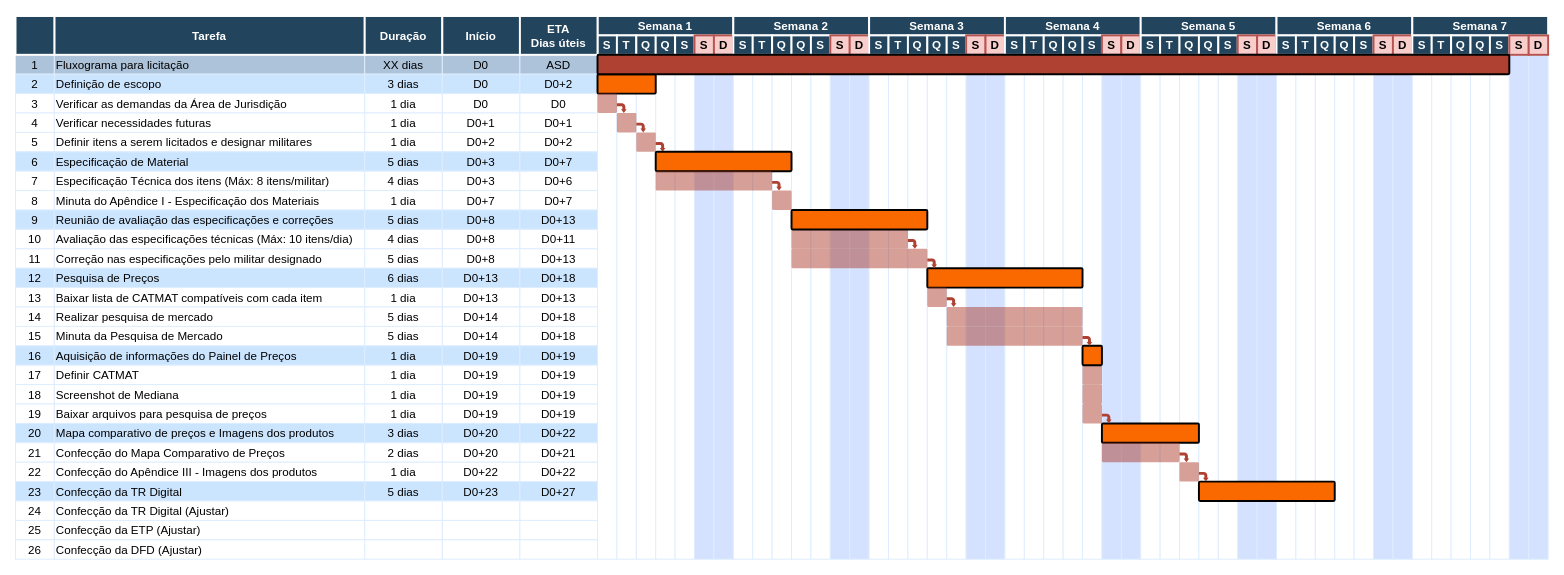
This is Diagrama_Gant_Licitacao.drawio from Joaovictor-gf/draw.io, a draw.io file, before an edit. Source tidied: cells renumbered, new cells numbered last; positions are measured from the earlier drawing's top-left corner, leaving out a move shared by most shapes. Both pictures are drawn from the tidied source at 97%, with x=0, y=0 at pixel (15, 16).
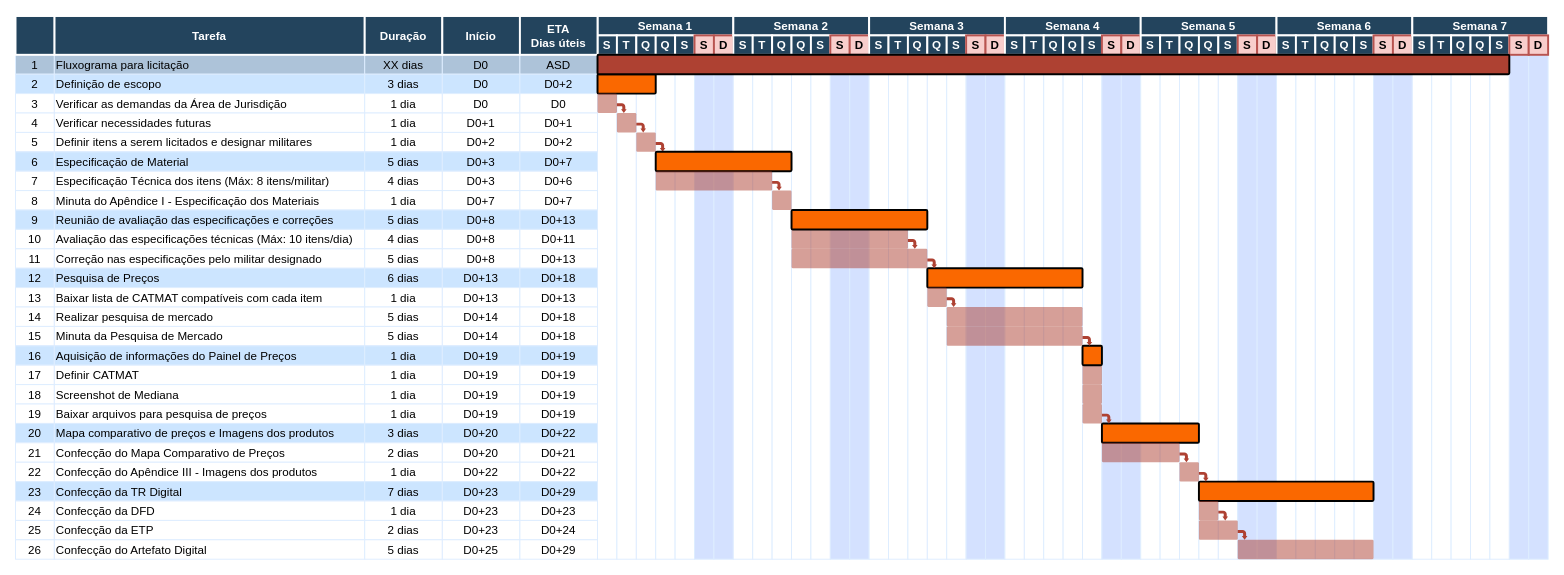
Above is the later version.

Change to the diagram source:
```diff
@@
-    <mxCell id="115" value="5 dias" style="strokeColor=#DEEDFF;fillColor=#CCE5FF;" parent="1" vertex="1">
+    <mxCell id="115" value="7 dias" style="strokeColor=#DEEDFF;fillColor=#CCE5FF;" parent="1" vertex="1">
       <mxGeometry x="360.5" y="480" width="80" height="20" as="geometry" />
     </mxCell>
@@
-    <mxCell id="117" value="D0+27" style="strokeColor=#DEEDFF;fillColor=#CCE5FF;" parent="1" vertex="1">
+    <mxCell id="117" value="D0+29" style="strokeColor=#DEEDFF;fillColor=#CCE5FF;" parent="1" vertex="1">
       <mxGeometry x="520.5" y="480" width="80" height="20" as="geometry" />
     </mxCell>
@@
-    <mxCell id="119" value="Confecção da TR Digital (Ajustar)" style="align=left;strokeColor=#DEEDFF;" parent="1" vertex="1">
+    <mxCell id="119" value="Confecção da DFD" style="align=left;strokeColor=#DEEDFF;" parent="1" vertex="1">
       <mxGeometry x="40.5" y="500" width="320" height="20" as="geometry" />
     </mxCell>
-    <mxCell id="120" style="strokeColor=#DEEDFF;" parent="1" vertex="1">
+    <mxCell id="120" value="1 dia" style="strokeColor=#DEEDFF;" parent="1" vertex="1">
       <mxGeometry x="360.5" y="500" width="80" height="20" as="geometry" />
     </mxCell>
-    <mxCell id="121" style="strokeColor=#DEEDFF;" parent="1" vertex="1">
+    <mxCell id="121" value="D0+23" style="strokeColor=#DEEDFF;" parent="1" vertex="1">
       <mxGeometry x="440.5" y="500" width="80" height="20" as="geometry" />
     </mxCell>
-    <mxCell id="122" style="strokeColor=#DEEDFF;" parent="1" vertex="1">
+    <mxCell id="122" value="D0+23" style="strokeColor=#DEEDFF;" parent="1" vertex="1">
       <mxGeometry x="520.5" y="500" width="80" height="20" as="geometry" />
     </mxCell>
@@
-    <mxCell id="124" value="Confecção da ETP (Ajustar)" style="align=left;strokeColor=#DEEDFF;" parent="1" vertex="1">
+    <mxCell id="124" value="Confecção da ETP" style="align=left;strokeColor=#DEEDFF;" parent="1" vertex="1">
       <mxGeometry x="40.5" y="520" width="320" height="20" as="geometry" />
     </mxCell>
-    <mxCell id="125" style="strokeColor=#DEEDFF;" parent="1" vertex="1">
+    <mxCell id="125" value="2 dias" style="strokeColor=#DEEDFF;" parent="1" vertex="1">
       <mxGeometry x="360.5" y="520" width="80" height="20" as="geometry" />
     </mxCell>
-    <mxCell id="126" style="strokeColor=#DEEDFF;" parent="1" vertex="1">
+    <mxCell id="126" value="D0+23" style="strokeColor=#DEEDFF;" parent="1" vertex="1">
       <mxGeometry x="440.5" y="520" width="80" height="20" as="geometry" />
     </mxCell>
-    <mxCell id="127" style="strokeColor=#DEEDFF;" parent="1" vertex="1">
+    <mxCell id="127" value="D0+24" style="strokeColor=#DEEDFF;" parent="1" vertex="1">
       <mxGeometry x="520.5" y="520" width="80" height="20" as="geometry" />
     </mxCell>
@@
-    <mxCell id="129" value="Confecção da DFD (Ajustar)" style="align=left;strokeColor=#DEEDFF;" parent="1" vertex="1">
+    <mxCell id="129" value="Confecção do Artefato Digital" style="align=left;strokeColor=#DEEDFF;" parent="1" vertex="1">
       <mxGeometry x="40.5" y="540" width="320" height="20" as="geometry" />
     </mxCell>
-    <mxCell id="130" style="strokeColor=#DEEDFF;" parent="1" vertex="1">
+    <mxCell id="130" value="5 dias" style="strokeColor=#DEEDFF;" parent="1" vertex="1">
       <mxGeometry x="360.5" y="540" width="80" height="20" as="geometry" />
     </mxCell>
-    <mxCell id="131" style="strokeColor=#DEEDFF;" parent="1" vertex="1">
+    <mxCell id="131" value="D0+25" style="strokeColor=#DEEDFF;" parent="1" vertex="1">
       <mxGeometry x="440.5" y="540" width="80" height="20" as="geometry" />
     </mxCell>
-    <mxCell id="132" style="strokeColor=#DEEDFF;" parent="1" vertex="1">
+    <mxCell id="132" value="D0+29" style="strokeColor=#DEEDFF;" parent="1" vertex="1">
       <mxGeometry x="520.5" y="540" width="80" height="20" as="geometry" />
     </mxCell>
@@
     <mxCell id="274" style="shape=mxgraph.flowchart.process;fillColor=#FA6800;strokeColor=default;strokeWidth=2;rotation=0;" parent="1" vertex="1">
-      <mxGeometry x="1220.5" y="480" width="140" height="20" as="geometry" />
+      <mxGeometry x="1220.5" y="480" width="180" height="20" as="geometry" />
     </mxCell>
@@
+    <mxCell id="276" style="shape=mxgraph.flowchart.process;fillColor=#AE4132;strokeColor=none;strokeWidth=2;opacity=50;rotation=0;" parent="1" vertex="1">
+      <mxGeometry x="1220.5" y="500" width="20" height="20" as="geometry" />
+    </mxCell>
+    <mxCell id="277" style="shape=mxgraph.flowchart.process;fillColor=#AE4132;strokeColor=none;strokeWidth=2;opacity=50;rotation=0;" parent="1" vertex="1">
+      <mxGeometry x="1220.5" y="520" width="40" height="20" as="geometry" />
+    </mxCell>
+    <mxCell id="278" style="shape=mxgraph.arrows.bent_right_arrow;fillColor=#AE4132;strokeColor=none;strokeWidth=2;direction=south;" parent="1" vertex="1">
+      <mxGeometry x="1240.5" y="510" width="10" height="10" as="geometry" />
+    </mxCell>
+    <mxCell id="279" style="shape=mxgraph.flowchart.process;fillColor=#AE4132;strokeColor=none;strokeWidth=2;opacity=50;rotation=0;" parent="1" vertex="1">
+      <mxGeometry x="1260.5" y="540" width="140" height="20" as="geometry" />
+    </mxCell>
+    <mxCell id="280" style="shape=mxgraph.arrows.bent_right_arrow;fillColor=#AE4132;strokeColor=none;strokeWidth=2;direction=south;" parent="1" vertex="1">
+      <mxGeometry x="1260.5" y="530" width="10" height="10" as="geometry" />
+    </mxCell>
```
